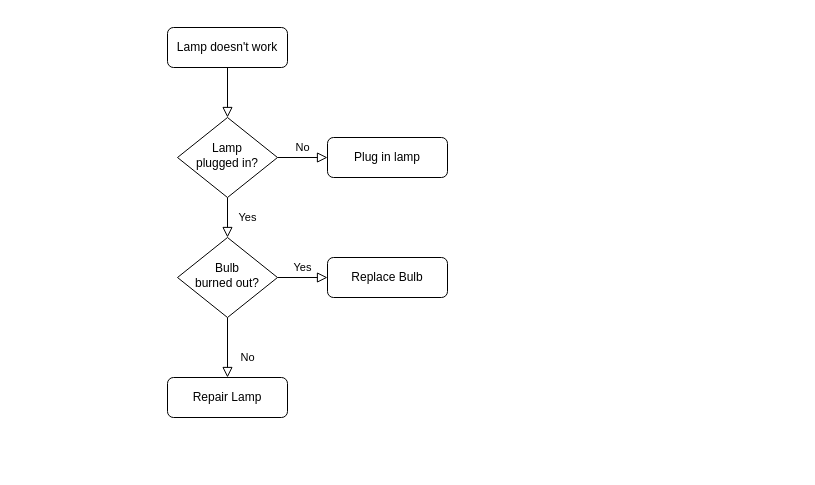
Before: WCPP_Workflow.drawio in magantivenkat/draw.io, a draw.io diagram. Source tidied: cells renumbered, new cells numbered last; positions are measured from the earlier drawing's top-left corner, leaving out a move shared by most shapes. Both pictures are drawn from the tidied source at 100%, with x=0, y=0 at pixel (167, 27).
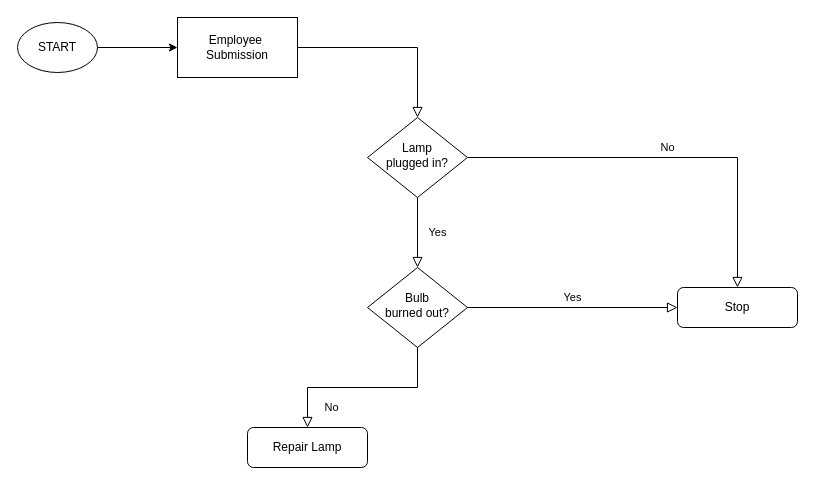
Above is the later version.

What changed in the source:
```diff
@@
 <mxGraphModel>
   <root>
     <mxCell id="0" />
     <mxCell id="1" parent="0" />
-    <mxCell id="2" style="rounded=0;html=1;jettySize=auto;fontSize=11;endArrow=block;endFill=0;endSize=8;strokeWidth=1;shadow=0;labelBackgroundColor=none;edgeStyle=orthogonalEdgeStyle;" parent="1" edge="1" source="3" target="6">
+    <mxCell id="2" style="rounded=0;html=1;jettySize=auto;fontSize=11;endArrow=block;endFill=0;endSize=8;strokeWidth=1;shadow=0;labelBackgroundColor=none;edgeStyle=orthogonalEdgeStyle;exitX=1;exitY=0.5;exitDx=0;exitDy=0;" parent="1" edge="1" source="15" target="6">
       <mxGeometry relative="1" as="geometry" />
     </mxCell>
-    <mxCell id="3" value="Lamp doesn't work" style="rounded=1;whiteSpace=wrap;html=1;fontSize=12;glass=0;strokeWidth=1;shadow=0;" parent="1" vertex="1">
-      <mxGeometry width="120" height="40" as="geometry" />
-    </mxCell>
     <mxCell id="4" value="Yes" style="rounded=0;html=1;jettySize=auto;fontSize=11;endArrow=block;endFill=0;endSize=8;strokeWidth=1;shadow=0;labelBackgroundColor=none;edgeStyle=orthogonalEdgeStyle;" parent="1" edge="1" source="6" target="10">
       <mxGeometry y="20" relative="1" as="geometry" />
     </mxCell>
     <mxCell id="5" value="No" style="edgeStyle=orthogonalEdgeStyle;rounded=0;html=1;jettySize=auto;fontSize=11;endArrow=block;endFill=0;endSize=8;strokeWidth=1;shadow=0;labelBackgroundColor=none;" parent="1" edge="1" source="6" target="7">
       <mxGeometry y="10" relative="1" as="geometry" />
     </mxCell>
     <mxCell id="6" value="Lamp&lt;br&gt;plugged in?" style="rhombus;whiteSpace=wrap;html=1;shadow=0;fontFamily=Helvetica;fontSize=12;align=center;strokeWidth=1;spacing=6;spacingTop=-4;" parent="1" vertex="1">
-      <mxGeometry x="10" y="90" width="100" height="80" as="geometry" />
+      <mxGeometry x="200" y="90" width="100" height="80" as="geometry" />
     </mxCell>
-    <mxCell id="7" value="Plug in lamp" style="rounded=1;whiteSpace=wrap;html=1;fontSize=12;glass=0;strokeWidth=1;shadow=0;" parent="1" vertex="1">
-      <mxGeometry x="160" y="110" width="120" height="40" as="geometry" />
+    <mxCell id="7" value="Stop" style="rounded=1;whiteSpace=wrap;html=1;fontSize=12;glass=0;strokeWidth=1;shadow=0;" parent="1" vertex="1">
+      <mxGeometry x="510" y="260" width="120" height="40" as="geometry" />
     </mxCell>
     <mxCell id="8" value="No" style="rounded=0;html=1;jettySize=auto;fontSize=11;endArrow=block;endFill=0;endSize=8;strokeWidth=1;shadow=0;labelBackgroundColor=none;edgeStyle=orthogonalEdgeStyle;" parent="1" edge="1" source="10" target="11">
       <mxGeometry x="0.33" y="20" relative="1" as="geometry" />
     </mxCell>
-    <mxCell id="9" value="Yes" style="edgeStyle=orthogonalEdgeStyle;rounded=0;html=1;jettySize=auto;fontSize=11;endArrow=block;endFill=0;endSize=8;strokeWidth=1;shadow=0;labelBackgroundColor=none;" parent="1" edge="1" source="10" target="12">
-      <mxGeometry y="10" relative="1" as="geometry" />
-    </mxCell>
     <mxCell id="10" value="Bulb&lt;br&gt;burned out?" style="rhombus;whiteSpace=wrap;html=1;shadow=0;fontFamily=Helvetica;fontSize=12;align=center;strokeWidth=1;spacing=6;spacingTop=-4;" parent="1" vertex="1">
-      <mxGeometry x="10" y="210" width="100" height="80" as="geometry" />
+      <mxGeometry x="200" y="240" width="100" height="80" as="geometry" />
     </mxCell>
     <mxCell id="11" value="Repair Lamp" style="rounded=1;whiteSpace=wrap;html=1;fontSize=12;glass=0;strokeWidth=1;shadow=0;" parent="1" vertex="1">
-      <mxGeometry y="350" width="120" height="40" as="geometry" />
+      <mxGeometry x="80" y="400" width="120" height="40" as="geometry" />
     </mxCell>
-    <mxCell id="12" value="Replace Bulb" style="rounded=1;whiteSpace=wrap;html=1;fontSize=12;glass=0;strokeWidth=1;shadow=0;" parent="1" vertex="1">
-      <mxGeometry x="160" y="230" width="120" height="40" as="geometry" />
-    </mxCell>
+    <mxCell id="13" style="edgeStyle=orthogonalEdgeStyle;rounded=0;jettySize=auto;html=1;entryX=0;entryY=0.5;entryDx=0;entryDy=0;" parent="1" edge="1" source="14" target="15">
+      <mxGeometry relative="1" as="geometry" />
+    </mxCell>
+    <mxCell id="14" value="START" style="ellipse;whiteSpace=wrap;html=1;" parent="1" vertex="1">
+      <mxGeometry x="-150" y="-5" width="80" height="50" as="geometry" />
+    </mxCell>
+    <mxCell id="15" value="Employee&amp;nbsp;&lt;br&gt;Submission" style="rounded=0;whiteSpace=wrap;html=1;" parent="1" vertex="1">
+      <mxGeometry x="10" y="-10" width="120" height="60" as="geometry" />
+    </mxCell>
+    <mxCell id="9" value="Yes" style="edgeStyle=orthogonalEdgeStyle;rounded=0;html=1;jettySize=auto;fontSize=11;endArrow=block;endFill=0;endSize=8;strokeWidth=1;shadow=0;labelBackgroundColor=none;entryX=0;entryY=0.5;entryDx=0;entryDy=0;" parent="1" edge="1" source="10" target="7">
+      <mxGeometry y="10" relative="1" as="geometry" />
+    </mxCell>
   </root>
 </mxGraphModel>
```
